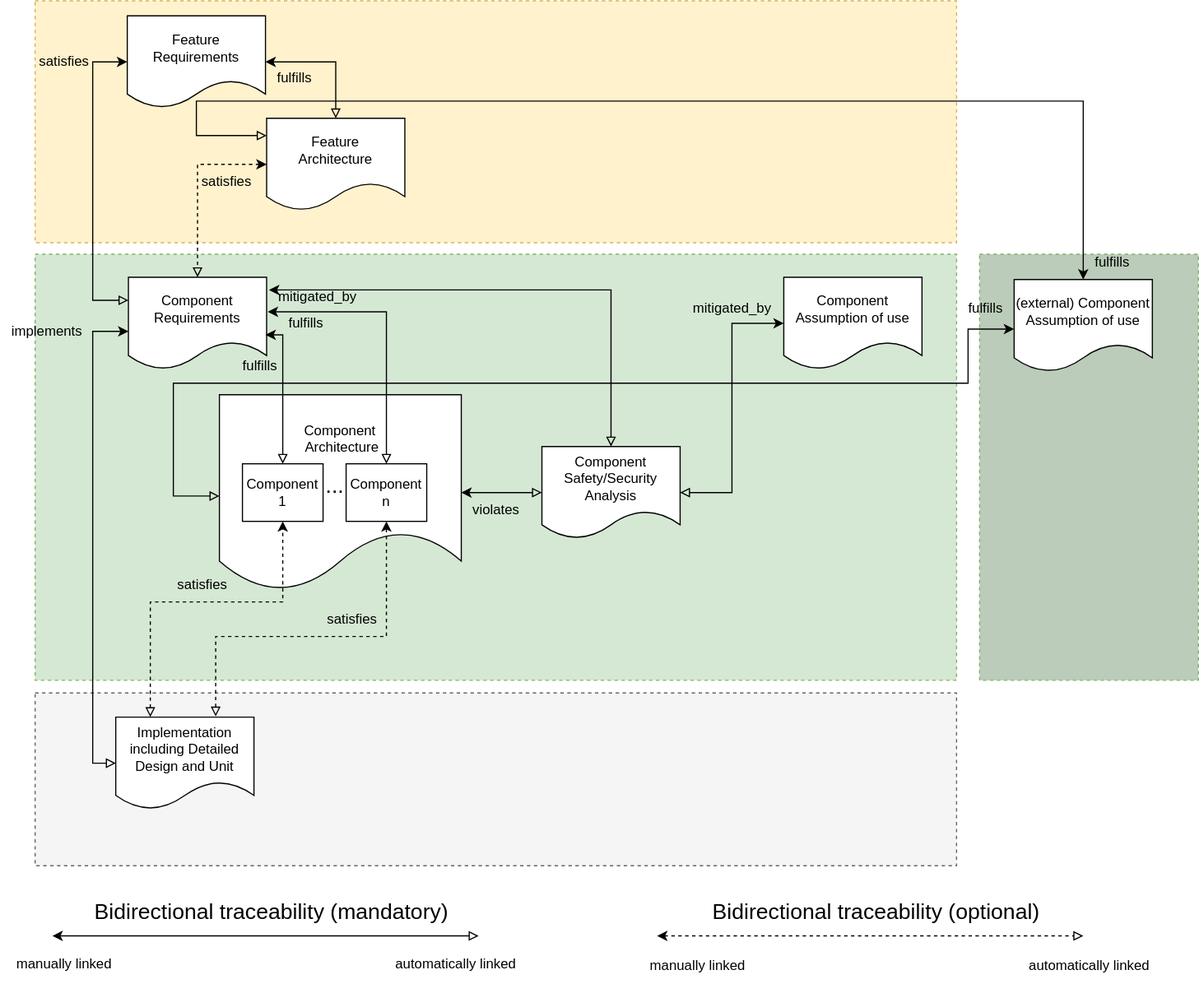
Earlier version of the draw.io export main/_images/score_traceability_model_cmp_overview_2.drawio.svg (esrlabs/score_reference_integration). Source tidied: cells renumbered, new cells last; positions are measured from the earlier drawing's top-left corner, leaving out a move shared by most shapes. The source it was exported from:
```xml
<mxGraphModel>
  <root>
    <mxCell id="0" />
    <mxCell id="1" parent="0" />
    <mxCell id="2" style="rounded=0;whiteSpace=wrap;html=1;dashed=1;fillColor=#fff2cc;strokeColor=#d6b656;" parent="1" vertex="1">
      <mxGeometry x="30" width="800" height="210" as="geometry" />
    </mxCell>
    <mxCell id="3" style="rounded=0;whiteSpace=wrap;html=1;dashed=1;fillColor=#d5e8d4;strokeColor=#82b366;" parent="1" vertex="1">
      <mxGeometry x="30" y="220" width="800" height="370" as="geometry" />
    </mxCell>
    <mxCell id="4" value="Component Assumption of use" style="shape=document;whiteSpace=wrap;html=1;boundedLbl=1;" parent="1" vertex="1">
      <mxGeometry x="680" y="240" width="120" height="80" as="geometry" />
    </mxCell>
    <mxCell id="5" value="Feature Requirements" style="shape=document;whiteSpace=wrap;html=1;boundedLbl=1;" parent="1" vertex="1">
      <mxGeometry x="110" y="13" width="120" height="80" as="geometry" />
    </mxCell>
    <mxCell id="6" style="edgeStyle=orthogonalEdgeStyle;rounded=0;jettySize=auto;html=1;entryX=0;entryY=0.5;entryDx=0;entryDy=0;startArrow=block;startFill=0;exitX=0;exitY=0.25;exitDx=0;exitDy=0;" parent="1" edge="1" source="8" target="5">
      <mxGeometry relative="1" as="geometry">
        <Array as="points">
          <mxPoint x="80" y="260" />
          <mxPoint x="80" y="53" />
        </Array>
      </mxGeometry>
    </mxCell>
    <mxCell id="7" style="edgeStyle=orthogonalEdgeStyle;rounded=0;jettySize=auto;html=1;entryX=0.5;entryY=0;entryDx=0;entryDy=0;exitX=1.017;exitY=0.138;exitDx=0;exitDy=0;startArrow=classic;startFill=1;exitPerimeter=0;endArrow=block;endFill=0;" parent="1" edge="1" source="8" target="12">
      <mxGeometry x="0.41" relative="1" as="geometry">
        <Array as="points">
          <mxPoint x="530" y="251" />
        </Array>
      </mxGeometry>
    </mxCell>
    <mxCell id="8" value="Component Requirements" style="shape=document;whiteSpace=wrap;html=1;boundedLbl=1;" parent="1" vertex="1">
      <mxGeometry x="111" y="240" width="120" height="80" as="geometry" />
    </mxCell>
    <mxCell id="9" value="Component&lt;br&gt;&amp;nbsp;Architecture&lt;br&gt;&lt;br&gt;&lt;br&gt;&lt;br&gt;" style="shape=document;whiteSpace=wrap;html=1;boundedLbl=1;" parent="1" vertex="1">
      <mxGeometry x="190" y="342" width="210" height="170" as="geometry" />
    </mxCell>
    <mxCell id="10" style="edgeStyle=orthogonalEdgeStyle;rounded=0;jettySize=auto;html=1;entryX=1;entryY=0.5;entryDx=0;entryDy=0;exitX=0.5;exitY=0;exitDx=0;exitDy=0;startArrow=block;startFill=0;" parent="1" edge="1" source="15" target="5">
      <mxGeometry relative="1" as="geometry" />
    </mxCell>
    <mxCell id="11" style="edgeStyle=orthogonalEdgeStyle;rounded=0;jettySize=auto;html=1;entryX=1;entryY=0.5;entryDx=0;entryDy=0;exitX=0;exitY=0.5;exitDx=0;exitDy=0;startArrow=block;startFill=0;" parent="1" edge="1" source="12" target="9">
      <mxGeometry x="0.51" relative="1" as="geometry" />
    </mxCell>
    <mxCell id="12" value="Component&lt;br&gt;Safety/Security Analysis" style="shape=document;whiteSpace=wrap;html=1;boundedLbl=1;" parent="1" vertex="1">
      <mxGeometry x="470" y="387" width="120" height="80" as="geometry" />
    </mxCell>
    <mxCell id="13" style="edgeStyle=orthogonalEdgeStyle;rounded=0;jettySize=auto;html=1;startArrow=classic;startFill=1;entryX=1;entryY=0.5;entryDx=0;entryDy=0;exitX=0;exitY=0.5;exitDx=0;exitDy=0;endArrow=block;endFill=0;" parent="1" edge="1" source="4" target="12">
      <mxGeometry relative="1" as="geometry" />
    </mxCell>
    <mxCell id="14" style="edgeStyle=orthogonalEdgeStyle;rounded=0;jettySize=auto;html=1;entryX=0.5;entryY=0;entryDx=0;entryDy=0;startArrow=classic;startFill=1;exitX=0;exitY=0.5;exitDx=0;exitDy=0;dashed=1;endArrow=block;endFill=0;" parent="1" edge="1" source="15" target="8">
      <mxGeometry relative="1" as="geometry" />
    </mxCell>
    <mxCell id="15" value="Feature&lt;br&gt;Architecture" style="shape=document;whiteSpace=wrap;html=1;boundedLbl=1;" parent="1" vertex="1">
      <mxGeometry x="231" y="102" width="120" height="80" as="geometry" />
    </mxCell>
    <mxCell id="16" value="&lt;div style=&quot;font-family: Consolas, &amp;quot;Courier New&amp;quot;, monospace; line-height: 19px;&quot;&gt;&lt;br&gt;&lt;/div&gt;" style="text;html=1;align=center;verticalAlign=middle;strokeColor=none;fillColor=none;fontSize=6;fontColor=#000000;" parent="1" vertex="1">
      <mxGeometry x="155" y="48" width="20" height="30" as="geometry" />
    </mxCell>
    <mxCell id="17" style="rounded=0;whiteSpace=wrap;html=1;dashed=1;fillColor=#BBCCBA;strokeColor=#82b366;" parent="1" vertex="1">
      <mxGeometry x="850" y="220" width="190" height="370" as="geometry" />
    </mxCell>
    <mxCell id="18" style="edgeStyle=orthogonalEdgeStyle;rounded=0;jettySize=auto;html=1;entryX=0;entryY=0.25;entryDx=0;entryDy=0;fontSize=19;startArrow=classic;startFill=1;exitX=0.5;exitY=0;exitDx=0;exitDy=0;endArrow=block;endFill=0;" parent="1" edge="1" source="19">
      <mxGeometry relative="1" as="geometry">
        <mxPoint x="231" y="117" as="targetPoint" />
        <Array as="points">
          <mxPoint x="940" y="87" />
          <mxPoint x="170" y="87" />
          <mxPoint x="170" y="117" />
        </Array>
      </mxGeometry>
    </mxCell>
    <mxCell id="19" value="(external) Component Assumption of use" style="shape=document;whiteSpace=wrap;html=1;boundedLbl=1;" parent="1" vertex="1">
      <mxGeometry x="880" y="242" width="120" height="80" as="geometry" />
    </mxCell>
    <mxCell id="20" style="edgeStyle=orthogonalEdgeStyle;rounded=0;orthogonalLoop=1;jettySize=auto;html=1;exitX=0;exitY=0.5;exitDx=0;exitDy=0;startArrow=block;startFill=0;entryX=0;entryY=0.5;entryDx=0;entryDy=0;" parent="1" edge="1">
      <mxGeometry relative="1" as="geometry">
        <mxPoint x="190" y="430" as="sourcePoint" />
        <mxPoint x="880" y="285" as="targetPoint" />
        <Array as="points">
          <mxPoint x="150" y="430" />
          <mxPoint x="150" y="332" />
          <mxPoint x="840" y="332" />
          <mxPoint x="840" y="285" />
        </Array>
      </mxGeometry>
    </mxCell>
    <mxCell id="21" style="rounded=0;whiteSpace=wrap;html=1;dashed=1;fillColor=#f5f5f5;fontColor=#333333;strokeColor=#666666;" parent="1" vertex="1">
      <mxGeometry x="30" y="601" width="800" height="150" as="geometry" />
    </mxCell>
    <mxCell id="22" style="edgeStyle=orthogonalEdgeStyle;rounded=0;jettySize=auto;html=1;startArrow=block;startFill=0;exitX=0;exitY=0.5;exitDx=0;exitDy=0;entryX=0;entryY=0.588;entryDx=0;entryDy=0;entryPerimeter=0;" parent="1" edge="1" source="24" target="8">
      <mxGeometry relative="1" as="geometry" />
    </mxCell>
    <mxCell id="23" style="edgeStyle=orthogonalEdgeStyle;rounded=0;jettySize=auto;html=1;entryX=0.5;entryY=1;entryDx=0;entryDy=0;exitX=0.25;exitY=0;exitDx=0;exitDy=0;startArrow=block;startFill=0;dashed=1;" parent="1" edge="1" source="24" target="25">
      <mxGeometry x="0.31" relative="1" as="geometry">
        <Array as="points">
          <mxPoint x="130" y="522" />
          <mxPoint x="245" y="522" />
        </Array>
      </mxGeometry>
    </mxCell>
    <mxCell id="24" value="Implementation&lt;br&gt;including Detailed Design and Unit" style="shape=document;whiteSpace=wrap;html=1;boundedLbl=1;" parent="1" vertex="1">
      <mxGeometry x="100" y="622" width="120" height="80" as="geometry" />
    </mxCell>
    <mxCell id="25" value="Component 1" style="rounded=0;whiteSpace=wrap;html=1;" parent="1" vertex="1">
      <mxGeometry x="210" y="402" width="70" height="50" as="geometry" />
    </mxCell>
    <mxCell id="26" value="Component n" style="rounded=0;whiteSpace=wrap;html=1;" parent="1" vertex="1">
      <mxGeometry x="300" y="402" width="70" height="50" as="geometry" />
    </mxCell>
    <mxCell id="27" style="edgeStyle=orthogonalEdgeStyle;rounded=0;jettySize=auto;html=1;entryX=1.008;entryY=0.375;entryDx=0;entryDy=0;exitX=0.5;exitY=0;exitDx=0;exitDy=0;entryPerimeter=0;startArrow=block;startFill=0;" parent="1" edge="1" source="26" target="8">
      <mxGeometry relative="1" as="geometry" />
    </mxCell>
    <mxCell id="28" style="edgeStyle=orthogonalEdgeStyle;rounded=0;jettySize=auto;html=1;entryX=0.992;entryY=0.625;entryDx=0;entryDy=0;entryPerimeter=0;exitX=0.5;exitY=0;exitDx=0;exitDy=0;startArrow=block;startFill=0;" parent="1" edge="1" source="25" target="8">
      <mxGeometry relative="1" as="geometry">
        <Array as="points">
          <mxPoint x="245" y="290" />
        </Array>
      </mxGeometry>
    </mxCell>
    <mxCell id="29" style="edgeStyle=orthogonalEdgeStyle;rounded=0;jettySize=auto;html=1;entryX=0.5;entryY=1;entryDx=0;entryDy=0;exitX=0.723;exitY=-0.007;exitDx=0;exitDy=0;exitPerimeter=0;startArrow=block;startFill=0;dashed=1;" parent="1" edge="1" source="24" target="26">
      <mxGeometry x="0.38" y="5" relative="1" as="geometry">
        <Array as="points">
          <mxPoint x="187" y="552" />
          <mxPoint x="335" y="552" />
        </Array>
      </mxGeometry>
    </mxCell>
    <mxCell id="30" value="&lt;font style=&quot;font-size: 19px;&quot;&gt;...&lt;/font&gt;" style="text;html=1;align=center;verticalAlign=middle;strokeColor=none;fillColor=none;" parent="1" vertex="1">
      <mxGeometry x="270" y="402" width="40" height="40" as="geometry" />
    </mxCell>
    <mxCell id="31" style="edgeStyle=orthogonalEdgeStyle;rounded=0;orthogonalLoop=1;jettySize=auto;html=1;startArrow=classic;startFill=1;endArrow=block;endFill=0;" parent="1" edge="1">
      <mxGeometry x="0.38" y="5" relative="1" as="geometry">
        <mxPoint x="45" y="812" as="sourcePoint" />
        <mxPoint x="415" y="812" as="targetPoint" />
        <Array as="points">
          <mxPoint x="62" y="812" />
        </Array>
      </mxGeometry>
    </mxCell>
    <mxCell id="32" value="Bidirectional traceability (mandatory)" style="text;html=1;align=center;verticalAlign=middle;strokeColor=none;fillColor=none;fontSize=19;" parent="1" vertex="1">
      <mxGeometry x="70" y="772" width="330" height="40" as="geometry" />
    </mxCell>
    <mxCell id="33" style="edgeStyle=orthogonalEdgeStyle;rounded=0;orthogonalLoop=1;jettySize=auto;html=1;startArrow=classic;startFill=1;dashed=1;endArrow=block;endFill=0;" parent="1" edge="1">
      <mxGeometry x="0.38" y="5" relative="1" as="geometry">
        <mxPoint x="570" y="812" as="sourcePoint" />
        <mxPoint x="940" y="812" as="targetPoint" />
        <Array as="points">
          <mxPoint x="587" y="812" />
        </Array>
      </mxGeometry>
    </mxCell>
    <mxCell id="34" value="Bidirectional traceability (optional)" style="text;html=1;align=center;verticalAlign=middle;strokeColor=none;fillColor=none;fontSize=19;" parent="1" vertex="1">
      <mxGeometry x="605" y="772" width="310" height="40" as="geometry" />
    </mxCell>
    <mxCell id="35" value="manually linked" style="text;html=1;align=center;verticalAlign=middle;strokeColor=none;fillColor=none;" parent="1" vertex="1">
      <mxGeometry y="822" width="110" height="30" as="geometry" />
    </mxCell>
    <mxCell id="36" value="automatically linked" style="text;html=1;align=center;verticalAlign=middle;strokeColor=none;fillColor=none;" parent="1" vertex="1">
      <mxGeometry x="330" y="822" width="130" height="30" as="geometry" />
    </mxCell>
    <mxCell id="37" value="manually linked" style="text;html=1;align=center;verticalAlign=middle;strokeColor=none;fillColor=none;" parent="1" vertex="1">
      <mxGeometry x="550" y="823" width="110" height="30" as="geometry" />
    </mxCell>
    <mxCell id="38" value="automatically linked" style="text;html=1;align=center;verticalAlign=middle;strokeColor=none;fillColor=none;" parent="1" vertex="1">
      <mxGeometry x="880" y="823" width="130" height="30" as="geometry" />
    </mxCell>
    <mxCell id="39" value="satisfies" style="text;html=1;align=center;verticalAlign=middle;strokeColor=none;fillColor=none;" parent="1" vertex="1">
      <mxGeometry x="140" y="492" width="70" height="30" as="geometry" />
    </mxCell>
    <mxCell id="40" value="satisfies" style="text;html=1;align=center;verticalAlign=middle;strokeColor=none;fillColor=none;" parent="1" vertex="1">
      <mxGeometry x="270" y="522" width="70" height="30" as="geometry" />
    </mxCell>
    <mxCell id="41" value="violates" style="text;html=1;align=center;verticalAlign=middle;strokeColor=none;fillColor=none;" parent="1" vertex="1">
      <mxGeometry x="400" y="427" width="60" height="30" as="geometry" />
    </mxCell>
    <mxCell id="42" value="mitigated_by" style="text;html=1;align=center;verticalAlign=middle;strokeColor=none;fillColor=none;" parent="1" vertex="1">
      <mxGeometry x="590" y="252" width="90" height="30" as="geometry" />
    </mxCell>
    <mxCell id="43" value="fulfills" style="text;html=1;align=center;verticalAlign=middle;strokeColor=none;fillColor=none;" parent="1" vertex="1">
      <mxGeometry x="830" y="252" width="50" height="30" as="geometry" />
    </mxCell>
    <mxCell id="44" value="fulfills" style="text;html=1;align=center;verticalAlign=middle;strokeColor=none;fillColor=none;" parent="1" vertex="1">
      <mxGeometry x="940" y="212" width="50" height="30" as="geometry" />
    </mxCell>
    <mxCell id="45" value="satisfies" style="text;html=1;align=center;verticalAlign=middle;strokeColor=none;fillColor=none;" parent="1" vertex="1">
      <mxGeometry x="161" y="142" width="70" height="30" as="geometry" />
    </mxCell>
    <mxCell id="46" value="satisfies" style="text;html=1;align=center;verticalAlign=middle;strokeColor=none;fillColor=none;" parent="1" vertex="1">
      <mxGeometry x="20" y="38" width="70" height="30" as="geometry" />
    </mxCell>
    <mxCell id="47" value="fulfills" style="text;html=1;align=center;verticalAlign=middle;strokeColor=none;fillColor=none;" parent="1" vertex="1">
      <mxGeometry x="230" y="52" width="50" height="30" as="geometry" />
    </mxCell>
    <mxCell id="48" value="mitigated_by" style="text;html=1;align=center;verticalAlign=middle;strokeColor=none;fillColor=none;" parent="1" vertex="1">
      <mxGeometry x="230" y="242" width="90" height="30" as="geometry" />
    </mxCell>
    <mxCell id="49" value="implements" style="text;html=1;align=center;verticalAlign=middle;strokeColor=none;fillColor=none;" parent="1" vertex="1">
      <mxGeometry y="272" width="80" height="30" as="geometry" />
    </mxCell>
    <mxCell id="50" value="fulfills" style="text;html=1;align=center;verticalAlign=middle;strokeColor=none;fillColor=none;" parent="1" vertex="1">
      <mxGeometry x="240" y="265" width="50" height="30" as="geometry" />
    </mxCell>
    <mxCell id="51" value="fulfills" style="text;html=1;align=center;verticalAlign=middle;strokeColor=none;fillColor=none;" parent="1" vertex="1">
      <mxGeometry x="200" y="302" width="50" height="30" as="geometry" />
    </mxCell>
  </root>
</mxGraphModel>
```
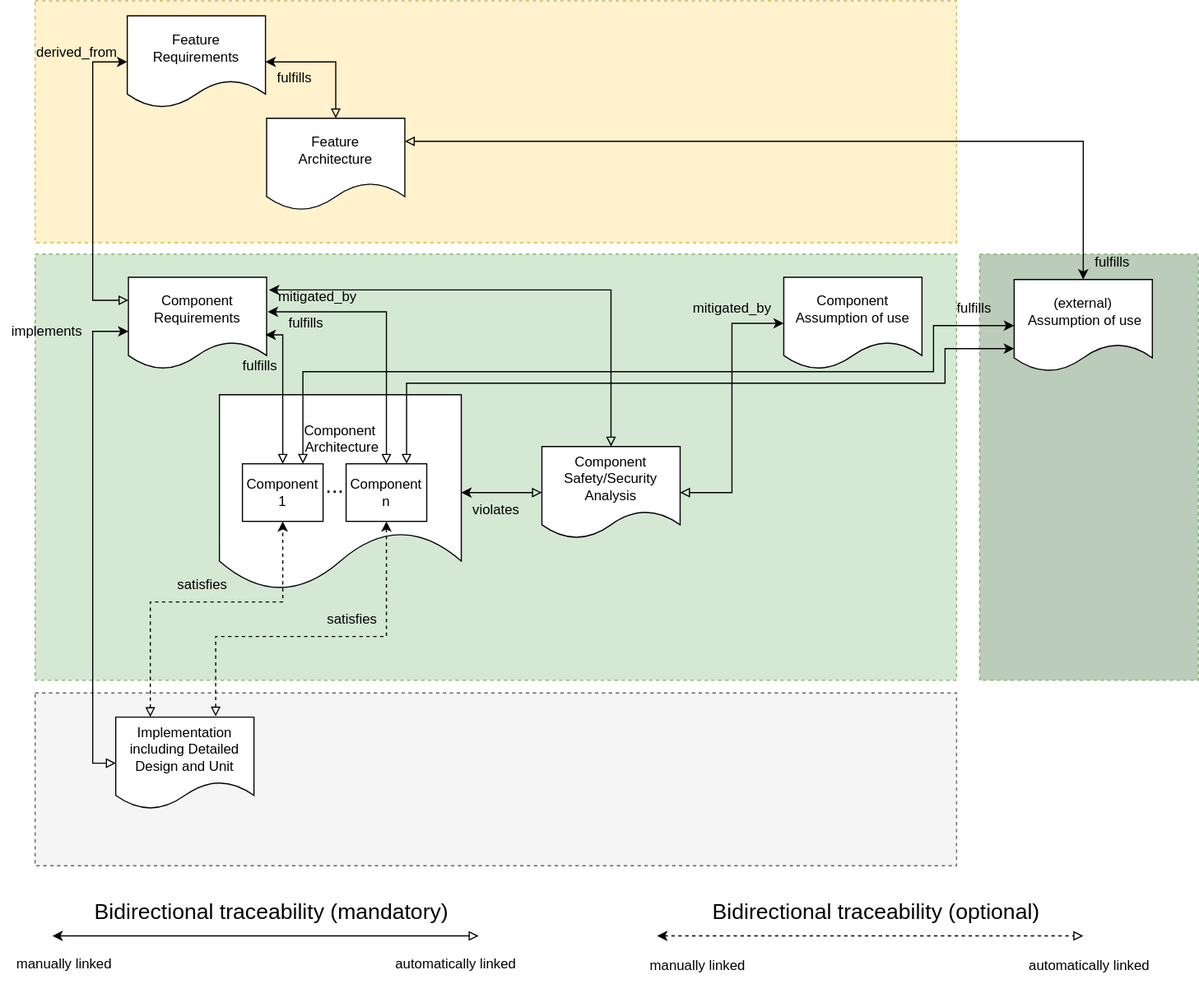
After the change.

Diff of the diagram source:
```diff
@@ -47,9 +47,6 @@
     <mxCell id="13" style="edgeStyle=orthogonalEdgeStyle;rounded=0;jettySize=auto;html=1;startArrow=classic;startFill=1;entryX=1;entryY=0.5;entryDx=0;entryDy=0;exitX=0;exitY=0.5;exitDx=0;exitDy=0;endArrow=block;endFill=0;" parent="1" edge="1" source="4" target="12">
       <mxGeometry relative="1" as="geometry" />
     </mxCell>
-    <mxCell id="14" style="edgeStyle=orthogonalEdgeStyle;rounded=0;jettySize=auto;html=1;entryX=0.5;entryY=0;entryDx=0;entryDy=0;startArrow=classic;startFill=1;exitX=0;exitY=0.5;exitDx=0;exitDy=0;dashed=1;endArrow=block;endFill=0;" parent="1" edge="1" source="15" target="8">
-      <mxGeometry relative="1" as="geometry" />
-    </mxCell>
     <mxCell id="15" value="Feature&lt;br&gt;Architecture" style="shape=document;whiteSpace=wrap;html=1;boundedLbl=1;" parent="1" vertex="1">
       <mxGeometry x="231" y="102" width="120" height="80" as="geometry" />
     </mxCell>
@@ -59,28 +56,22 @@
     <mxCell id="17" style="rounded=0;whiteSpace=wrap;html=1;dashed=1;fillColor=#BBCCBA;strokeColor=#82b366;" parent="1" vertex="1">
       <mxGeometry x="850" y="220" width="190" height="370" as="geometry" />
     </mxCell>
-    <mxCell id="18" style="edgeStyle=orthogonalEdgeStyle;rounded=0;jettySize=auto;html=1;entryX=0;entryY=0.25;entryDx=0;entryDy=0;fontSize=19;startArrow=classic;startFill=1;exitX=0.5;exitY=0;exitDx=0;exitDy=0;endArrow=block;endFill=0;" parent="1" edge="1" source="19">
+    <mxCell id="18" style="edgeStyle=orthogonalEdgeStyle;rounded=0;jettySize=auto;html=1;entryX=1;entryY=0.25;entryDx=0;entryDy=0;fontSize=19;startArrow=classic;startFill=1;exitX=0.5;exitY=0;exitDx=0;exitDy=0;endArrow=block;endFill=0;" parent="1" edge="1" source="19" target="15">
       <mxGeometry relative="1" as="geometry">
-        <mxPoint x="231" y="117" as="targetPoint" />
         <Array as="points">
-          <mxPoint x="940" y="87" />
-          <mxPoint x="170" y="87" />
-          <mxPoint x="170" y="117" />
+          <mxPoint x="940" y="122" />
         </Array>
       </mxGeometry>
     </mxCell>
-    <mxCell id="19" value="(external) Component Assumption of use" style="shape=document;whiteSpace=wrap;html=1;boundedLbl=1;" parent="1" vertex="1">
+    <mxCell id="19" value="(external)&lt;br&gt;&amp;nbsp;Assumption of use" style="shape=document;whiteSpace=wrap;html=1;boundedLbl=1;" parent="1" vertex="1">
       <mxGeometry x="880" y="242" width="120" height="80" as="geometry" />
     </mxCell>
-    <mxCell id="20" style="edgeStyle=orthogonalEdgeStyle;rounded=0;orthogonalLoop=1;jettySize=auto;html=1;exitX=0;exitY=0.5;exitDx=0;exitDy=0;startArrow=block;startFill=0;entryX=0;entryY=0.5;entryDx=0;entryDy=0;" parent="1" edge="1">
+    <mxCell id="20" style="edgeStyle=orthogonalEdgeStyle;rounded=0;jettySize=auto;html=1;exitX=0.75;exitY=0;exitDx=0;exitDy=0;startArrow=block;startFill=0;entryX=0;entryY=0.5;entryDx=0;entryDy=0;" parent="1" edge="1" source="25" target="19">
       <mxGeometry relative="1" as="geometry">
-        <mxPoint x="190" y="430" as="sourcePoint" />
-        <mxPoint x="880" y="285" as="targetPoint" />
         <Array as="points">
-          <mxPoint x="150" y="430" />
-          <mxPoint x="150" y="332" />
-          <mxPoint x="840" y="332" />
-          <mxPoint x="840" y="285" />
+          <mxPoint x="263" y="322" />
+          <mxPoint x="810" y="322" />
+          <mxPoint x="810" y="282" />
         </Array>
       </mxGeometry>
     </mxCell>
@@ -177,16 +168,13 @@
       <mxGeometry x="590" y="252" width="90" height="30" as="geometry" />
     </mxCell>
     <mxCell id="43" value="fulfills" style="text;html=1;align=center;verticalAlign=middle;strokeColor=none;fillColor=none;" parent="1" vertex="1">
-      <mxGeometry x="830" y="252" width="50" height="30" as="geometry" />
+      <mxGeometry x="820" y="252" width="50" height="30" as="geometry" />
     </mxCell>
     <mxCell id="44" value="fulfills" style="text;html=1;align=center;verticalAlign=middle;strokeColor=none;fillColor=none;" parent="1" vertex="1">
       <mxGeometry x="940" y="212" width="50" height="30" as="geometry" />
     </mxCell>
-    <mxCell id="45" value="satisfies" style="text;html=1;align=center;verticalAlign=middle;strokeColor=none;fillColor=none;" parent="1" vertex="1">
-      <mxGeometry x="161" y="142" width="70" height="30" as="geometry" />
-    </mxCell>
-    <mxCell id="46" value="satisfies" style="text;html=1;align=center;verticalAlign=middle;strokeColor=none;fillColor=none;" parent="1" vertex="1">
-      <mxGeometry x="20" y="38" width="70" height="30" as="geometry" />
+    <mxCell id="46" value="derived_from" style="text;html=1;align=center;verticalAlign=middle;strokeColor=none;fillColor=none;" parent="1" vertex="1">
+      <mxGeometry x="21" y="30" width="90" height="30" as="geometry" />
     </mxCell>
     <mxCell id="47" value="fulfills" style="text;html=1;align=center;verticalAlign=middle;strokeColor=none;fillColor=none;" parent="1" vertex="1">
       <mxGeometry x="230" y="52" width="50" height="30" as="geometry" />
@@ -203,5 +191,14 @@
     <mxCell id="51" value="fulfills" style="text;html=1;align=center;verticalAlign=middle;strokeColor=none;fillColor=none;" parent="1" vertex="1">
       <mxGeometry x="200" y="302" width="50" height="30" as="geometry" />
     </mxCell>
+    <mxCell id="52" style="edgeStyle=orthogonalEdgeStyle;rounded=0;jettySize=auto;html=1;exitX=0.75;exitY=0;exitDx=0;exitDy=0;startArrow=block;startFill=0;entryX=0;entryY=0.75;entryDx=0;entryDy=0;" parent="1" edge="1" source="26" target="19">
+      <mxGeometry relative="1" as="geometry">
+        <Array as="points">
+          <mxPoint x="353" y="332" />
+          <mxPoint x="820" y="332" />
+          <mxPoint x="820" y="302" />
+        </Array>
+      </mxGeometry>
+    </mxCell>
   </root>
 </mxGraphModel>
```
